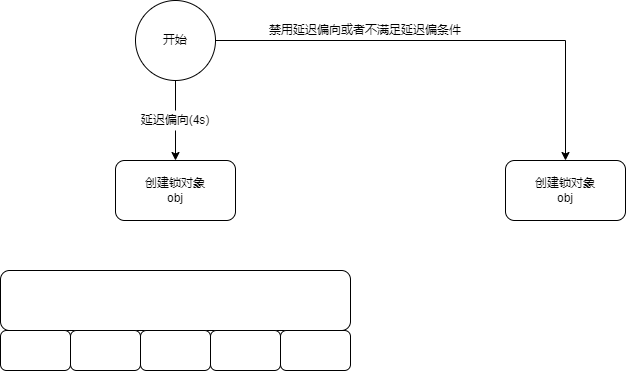
The draw.io diagram 多线程与高并发/synchronized.png in LePeitiPrince/note-picture, before a commit. Source tidied: cells renumbered, new cells last; positions are measured from the earlier drawing's top-left corner, leaving out a move shared by most shapes. Its diagram source:
```xml
<mxGraphModel>
  <root>
    <mxCell id="0" />
    <mxCell id="1" parent="0" />
    <mxCell id="2" style="edgeStyle=orthogonalEdgeStyle;rounded=0;jettySize=auto;html=1;exitX=0.5;exitY=1;exitDx=0;exitDy=0;startArrow=none;" parent="1" edge="1" source="6">
      <mxGeometry relative="1" as="geometry">
        <mxPoint x="175" y="160" as="targetPoint" />
      </mxGeometry>
    </mxCell>
    <mxCell id="3" style="edgeStyle=orthogonalEdgeStyle;rounded=0;jettySize=auto;html=1;exitX=1;exitY=0.5;exitDx=0;exitDy=0;entryX=0.5;entryY=0;entryDx=0;entryDy=0;" parent="1" edge="1" source="4" target="9">
      <mxGeometry relative="1" as="geometry" />
    </mxCell>
    <mxCell id="4" value="开始" style="ellipse;whiteSpace=wrap;html=1;" parent="1" vertex="1">
      <mxGeometry x="135" width="80" height="80" as="geometry" />
    </mxCell>
    <mxCell id="5" value="创建锁对象&lt;br&gt;obj" style="rounded=1;whiteSpace=wrap;html=1;" parent="1" vertex="1">
      <mxGeometry x="115" y="160" width="120" height="60" as="geometry" />
    </mxCell>
    <mxCell id="6" value="延迟偏向(4s)" style="text;html=1;strokeColor=none;fillColor=none;align=center;verticalAlign=middle;whiteSpace=wrap;rounded=0;" parent="1" vertex="1">
      <mxGeometry x="130" y="110" width="90" height="20" as="geometry" />
    </mxCell>
    <mxCell id="7" style="edgeStyle=orthogonalEdgeStyle;rounded=0;jettySize=auto;html=1;exitX=0.5;exitY=1;exitDx=0;exitDy=0;endArrow=none;" parent="1" edge="1" source="4" target="6">
      <mxGeometry relative="1" as="geometry" />
    </mxCell>
    <mxCell id="8" value="禁用延迟偏向或者不满足延迟偏条件" style="text;html=1;strokeColor=none;fillColor=none;align=center;verticalAlign=middle;whiteSpace=wrap;rounded=0;" parent="1" vertex="1">
      <mxGeometry x="265" y="20" width="200" height="20" as="geometry" />
    </mxCell>
    <mxCell id="9" value="创建锁对象&lt;br&gt;obj" style="rounded=1;whiteSpace=wrap;html=1;" parent="1" vertex="1">
      <mxGeometry x="505" y="160" width="120" height="60" as="geometry" />
    </mxCell>
    <mxCell id="10" style="rounded=1;whiteSpace=wrap;html=1;" parent="1" vertex="1">
      <mxGeometry y="270" width="350" height="60" as="geometry" />
    </mxCell>
    <mxCell id="11" style="rounded=1;whiteSpace=wrap;html=1;" parent="1" vertex="1">
      <mxGeometry y="330" width="70" height="40" as="geometry" />
    </mxCell>
    <mxCell id="12" style="rounded=1;whiteSpace=wrap;html=1;" parent="1" vertex="1">
      <mxGeometry x="70" y="330" width="70" height="40" as="geometry" />
    </mxCell>
    <mxCell id="13" style="rounded=1;whiteSpace=wrap;html=1;" parent="1" vertex="1">
      <mxGeometry x="140" y="330" width="70" height="40" as="geometry" />
    </mxCell>
    <mxCell id="14" style="rounded=1;whiteSpace=wrap;html=1;" parent="1" vertex="1">
      <mxGeometry x="210" y="330" width="70" height="40" as="geometry" />
    </mxCell>
    <mxCell id="15" style="rounded=1;whiteSpace=wrap;html=1;" parent="1" vertex="1">
      <mxGeometry x="280" y="330" width="70" height="40" as="geometry" />
    </mxCell>
  </root>
</mxGraphModel>
```
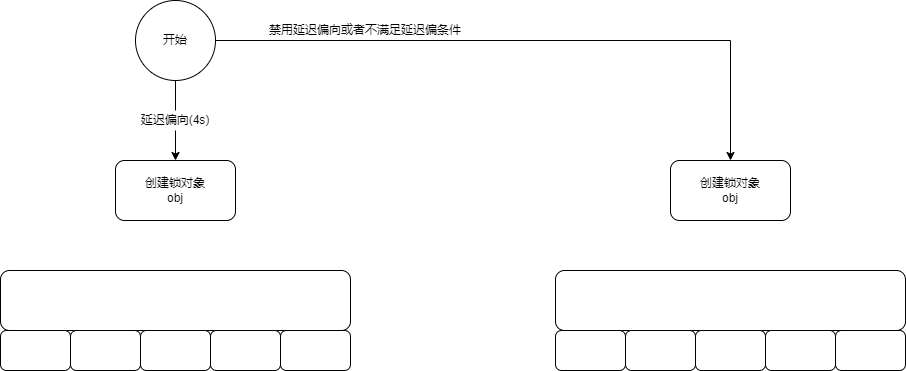
The same diagram one commit later.

Diff of the diagram source:
```diff
@@ -26,7 +26,7 @@
       <mxGeometry x="265" y="20" width="200" height="20" as="geometry" />
     </mxCell>
     <mxCell id="9" value="创建锁对象&lt;br&gt;obj" style="rounded=1;whiteSpace=wrap;html=1;" parent="1" vertex="1">
-      <mxGeometry x="505" y="160" width="120" height="60" as="geometry" />
+      <mxGeometry x="670" y="160" width="120" height="60" as="geometry" />
     </mxCell>
     <mxCell id="10" style="rounded=1;whiteSpace=wrap;html=1;" parent="1" vertex="1">
       <mxGeometry y="270" width="350" height="60" as="geometry" />
@@ -46,5 +46,23 @@
     <mxCell id="15" style="rounded=1;whiteSpace=wrap;html=1;" parent="1" vertex="1">
       <mxGeometry x="280" y="330" width="70" height="40" as="geometry" />
     </mxCell>
+    <mxCell id="16" style="rounded=1;whiteSpace=wrap;html=1;" parent="1" vertex="1">
+      <mxGeometry x="555" y="270" width="350" height="60" as="geometry" />
+    </mxCell>
+    <mxCell id="17" style="rounded=1;whiteSpace=wrap;html=1;" parent="1" vertex="1">
+      <mxGeometry x="555" y="330" width="70" height="40" as="geometry" />
+    </mxCell>
+    <mxCell id="18" style="rounded=1;whiteSpace=wrap;html=1;" parent="1" vertex="1">
+      <mxGeometry x="625" y="330" width="70" height="40" as="geometry" />
+    </mxCell>
+    <mxCell id="19" style="rounded=1;whiteSpace=wrap;html=1;" parent="1" vertex="1">
+      <mxGeometry x="695" y="330" width="70" height="40" as="geometry" />
+    </mxCell>
+    <mxCell id="20" style="rounded=1;whiteSpace=wrap;html=1;" parent="1" vertex="1">
+      <mxGeometry x="765" y="330" width="70" height="40" as="geometry" />
+    </mxCell>
+    <mxCell id="21" style="rounded=1;whiteSpace=wrap;html=1;" parent="1" vertex="1">
+      <mxGeometry x="835" y="330" width="70" height="40" as="geometry" />
+    </mxCell>
   </root>
 </mxGraphModel>
```
